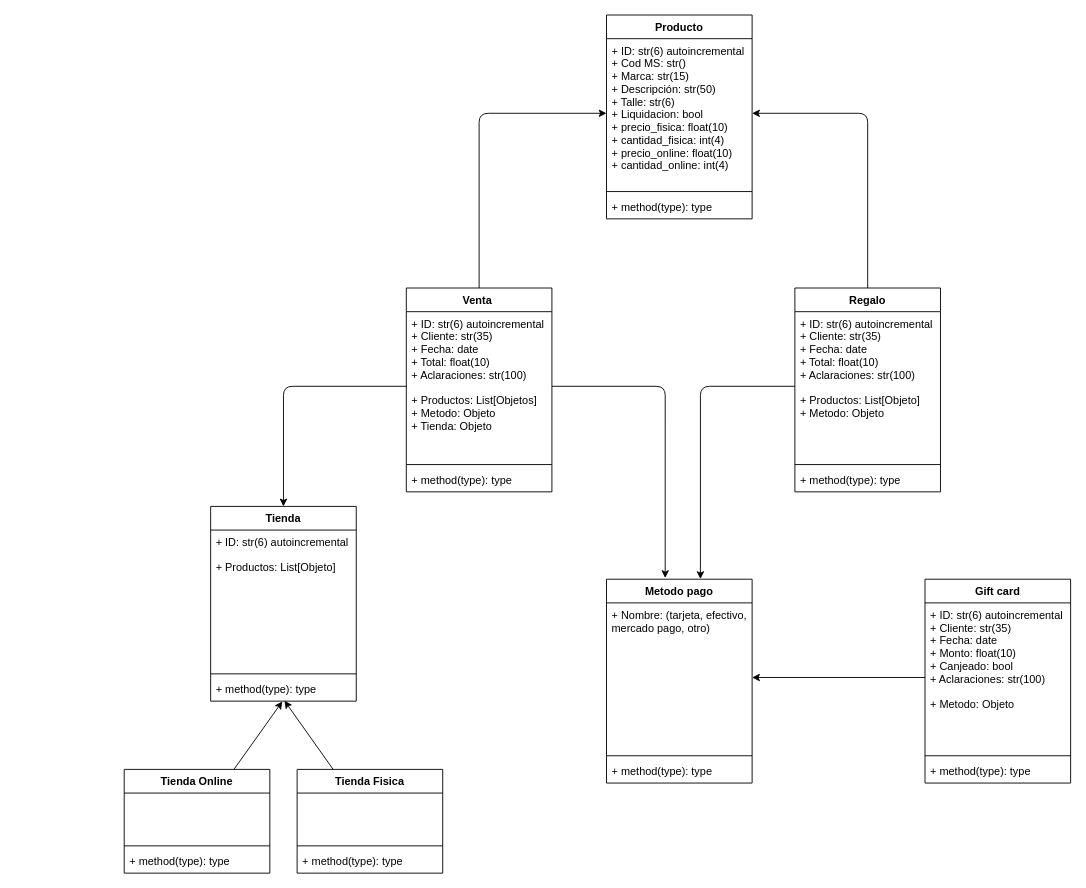
Earlier version of the draw.io diagram Backend/clases.drawio (Facundo-Guarnier/Inventario-Sole). Source tidied: cells renumbered, new cells numbered last; positions are measured from the earlier drawing's top-left corner, leaving out a move shared by most shapes. Both pictures are drawn from the tidied source at 91%, with x=0, y=0 at pixel (124, 15).
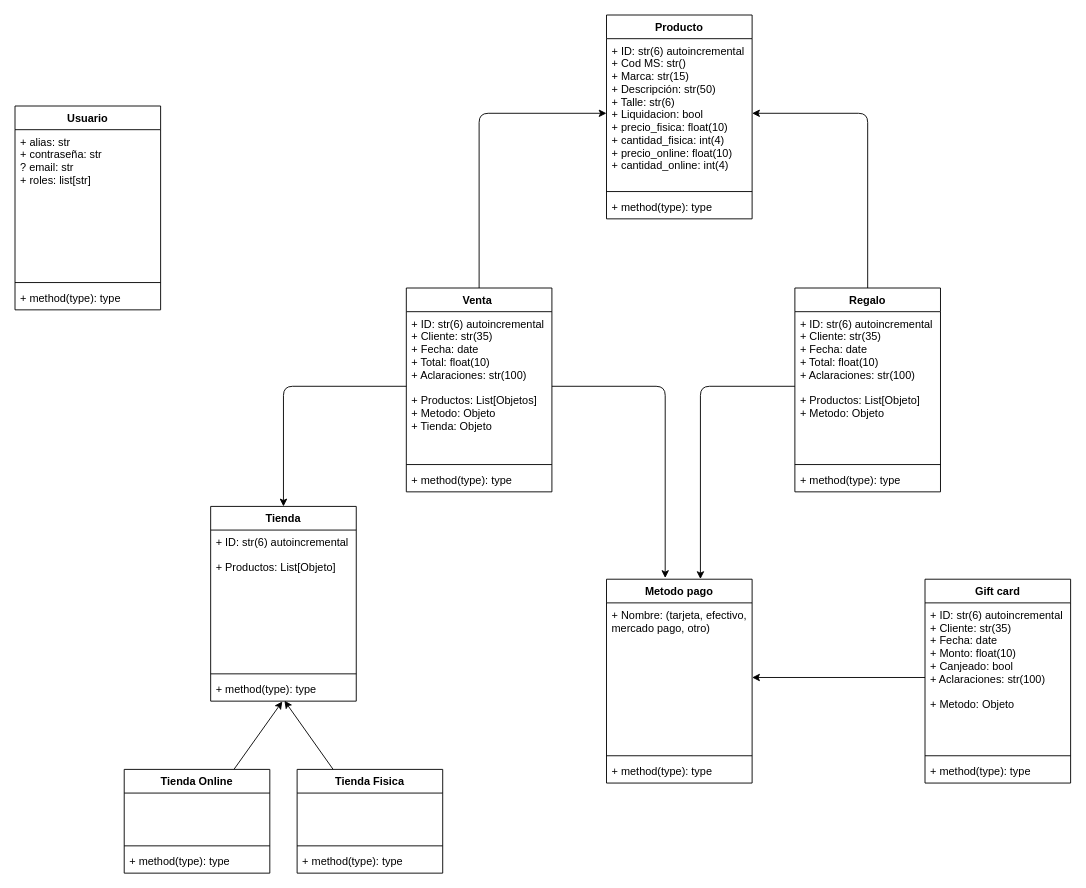
Above is the later version.

Commit message (it also covers changes not shown here):
Registro y get_alias

Diff of the diagram source:
```diff
@@
+    <mxCell id="42" value="Usuario" style="swimlane;fontStyle=1;align=center;verticalAlign=top;horizontal=1;startSize=26;" parent="1" vertex="1">
+      <mxGeometry x="-120" y="100" width="160" height="224" as="geometry" />
+    </mxCell>
+    <mxCell id="43" value="+ alias: str&#10;+ contraseña: str&#10;? email: str&#10;+ roles: list[str]" style="text;strokeColor=none;fillColor=none;align=left;verticalAlign=top;spacingLeft=4;spacingRight=4;overflow=hidden;" parent="42" vertex="1">
+      <mxGeometry y="26" width="160" height="164" as="geometry" />
+    </mxCell>
+    <mxCell id="44" style="line;strokeWidth=1;fillColor=none;align=left;verticalAlign=middle;spacingTop=-1;spacingLeft=3;spacingRight=3;labelPosition=right;strokeColor=inherit;" parent="42" vertex="1">
+      <mxGeometry y="190" width="160" height="8" as="geometry" />
+    </mxCell>
+    <mxCell id="45" value="+ method(type): type" style="text;strokeColor=none;fillColor=none;align=left;verticalAlign=top;spacingLeft=4;spacingRight=4;overflow=hidden;" parent="42" vertex="1">
+      <mxGeometry y="198" width="160" height="26" as="geometry" />
+    </mxCell>
```
